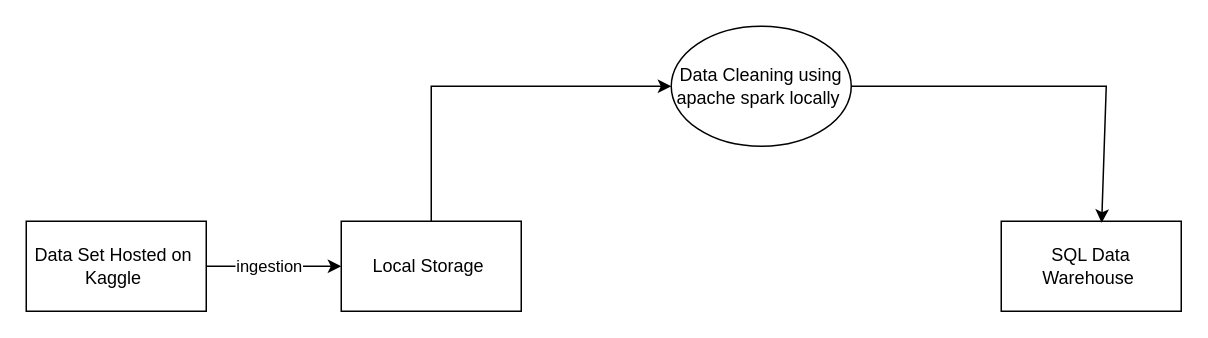
kobihancz/Springboard-Capstone keeps this draw.io diagram as Step5_architecure_diagram.py/Step 5 diagram.drawio. Above is the earlier version. Source tidied: cells renumbered, new cells numbered last; positions are measured from the earlier drawing's top-left corner, leaving out a move shared by most shapes. Both pictures are drawn from the tidied source at 150%, with x=0, y=0 at pixel (26, 26).
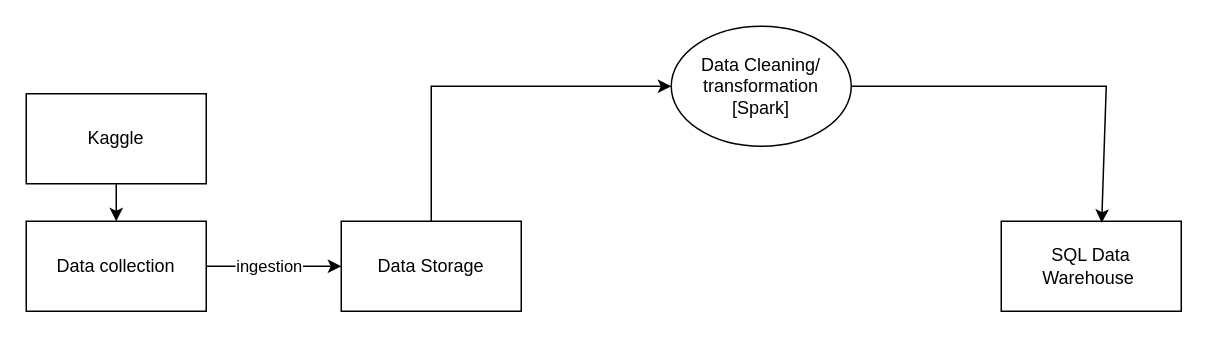
The same page after the edit.

Diff of the diagram source:
```diff
@@
 <mxGraphModel>
   <root>
     <mxCell id="0" />
     <mxCell id="1" parent="0" />
-    <mxCell id="2" value="Data Set Hosted on&amp;nbsp;&lt;br&gt;Kaggle&amp;nbsp;" style="rounded=0;whiteSpace=wrap;html=1;" parent="1" vertex="1">
+    <mxCell id="2" value="Data collection" style="rounded=0;whiteSpace=wrap;html=1;" parent="1" vertex="1">
       <mxGeometry y="130" width="120" height="60" as="geometry" />
     </mxCell>
     <mxCell id="3" value="SQL Data Warehouse&amp;nbsp;" style="rounded=0;whiteSpace=wrap;html=1;" parent="1" vertex="1">
       <mxGeometry x="650" y="130" width="120" height="60" as="geometry" />
     </mxCell>
-    <mxCell id="4" value="Local Storage&amp;nbsp;" style="rounded=0;whiteSpace=wrap;html=1;" parent="1" vertex="1">
+    <mxCell id="4" value="&amp;nbsp;Data Storage&amp;nbsp;" style="rounded=0;whiteSpace=wrap;html=1;" parent="1" vertex="1">
       <mxGeometry x="210" y="130" width="120" height="60" as="geometry" />
     </mxCell>
     <mxCell id="5" style="endArrow=classic;html=1;rounded=0;exitX=1;exitY=0.5;exitDx=0;exitDy=0;entryX=0;entryY=0.5;entryDx=0;entryDy=0;" parent="1" edge="1" source="2" target="4">
       <mxGeometry relative="1" as="geometry" />
     </mxCell>
     <mxCell id="6" value="ingestion" style="edgeLabel;html=1;align=center;verticalAlign=middle;" parent="5" vertex="1">
       <mxGeometry x="-0.1" y="1" relative="1" as="geometry" />
     </mxCell>
     <mxCell id="7" style="endArrow=classic;html=1;rounded=0;exitX=0.5;exitY=0;exitDx=0;exitDy=0;entryX=0;entryY=0.5;entryDx=0;entryDy=0;" parent="1" edge="1" source="4" target="8">
       <mxGeometry relative="1" as="geometry">
         <Array as="points">
           <mxPoint x="270" y="40" />
         </Array>
       </mxGeometry>
     </mxCell>
-    <mxCell id="8" value="Data Cleaning using apache spark locally&amp;nbsp;" style="ellipse;whiteSpace=wrap;html=1;" parent="1" vertex="1">
+    <mxCell id="8" value="Data Cleaning/ transformation [Spark]" style="ellipse;whiteSpace=wrap;html=1;" parent="1" vertex="1">
       <mxGeometry x="430" width="120" height="80" as="geometry" />
     </mxCell>
     <mxCell id="9" style="endArrow=classic;html=1;rounded=0;entryX=0.558;entryY=0.017;entryDx=0;entryDy=0;entryPerimeter=0;exitX=1;exitY=0.5;exitDx=0;exitDy=0;" parent="1" edge="1" source="8" target="3">
       <mxGeometry relative="1" as="geometry">
         <Array as="points">
           <mxPoint x="720" y="40" />
         </Array>
       </mxGeometry>
     </mxCell>
+    <mxCell id="10" value="Kaggle" style="rounded=0;whiteSpace=wrap;html=1;" parent="1" vertex="1">
+      <mxGeometry y="45" width="120" height="60" as="geometry" />
+    </mxCell>
+    <mxCell id="11" style="endArrow=classic;html=1;rounded=0;exitX=0.5;exitY=1;exitDx=0;exitDy=0;entryX=0.5;entryY=0;entryDx=0;entryDy=0;" parent="1" edge="1" source="10" target="2">
+      <mxGeometry relative="1" as="geometry" />
+    </mxCell>
   </root>
 </mxGraphModel>
```
